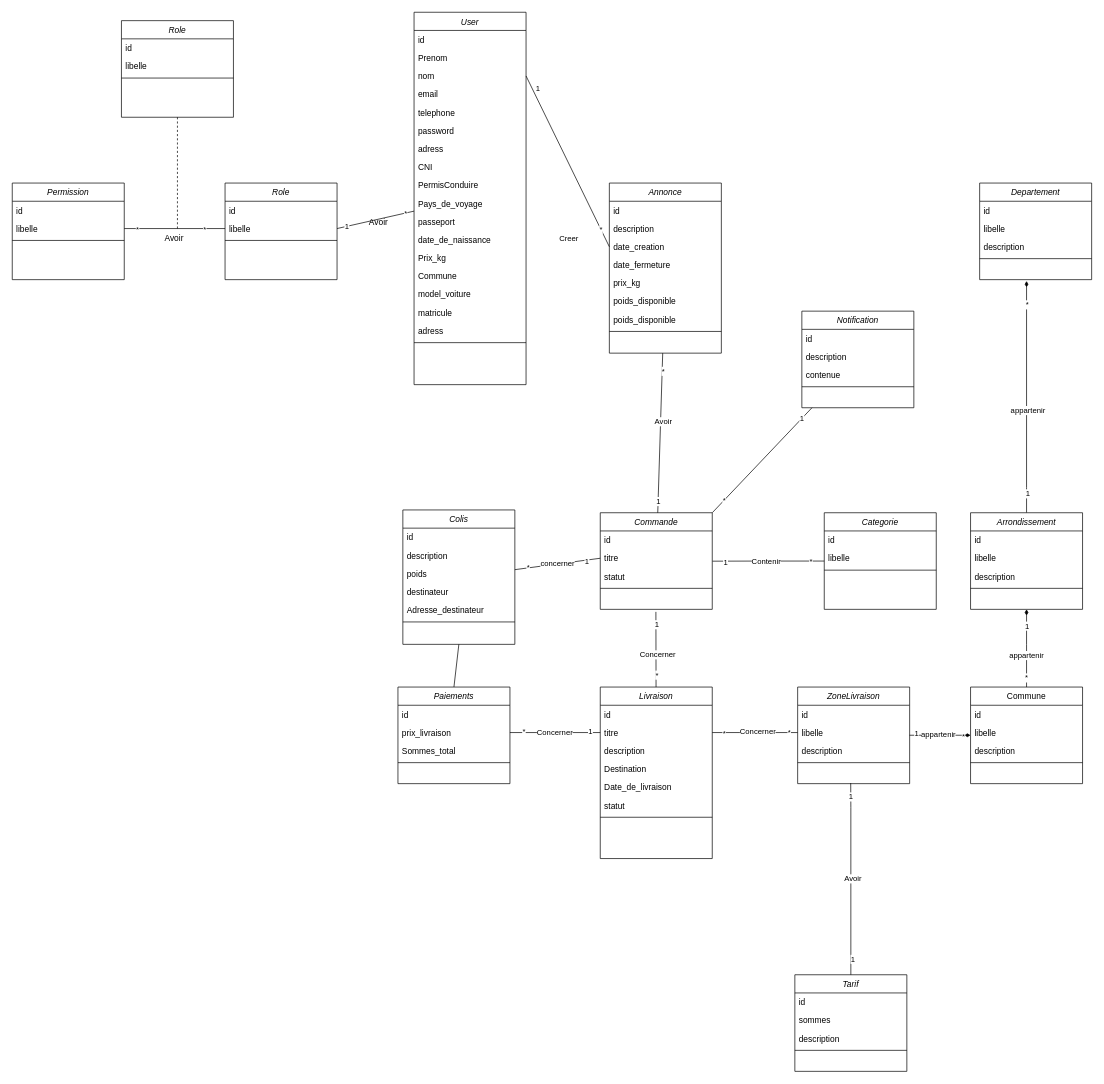
BounAbdallah/tuto keeps this draw.io diagram as page "DiagrammeDeClasses" (1 of 6) of Diagramme sans nom.drawio. Above is the earlier version. Source tidied: cells renumbered, new cells numbered last; positions are measured from the earlier drawing's top-left corner, leaving out a move shared by most shapes. Both pictures are drawn from the tidied source at 70%, with x=0, y=0 at pixel (12, 12).
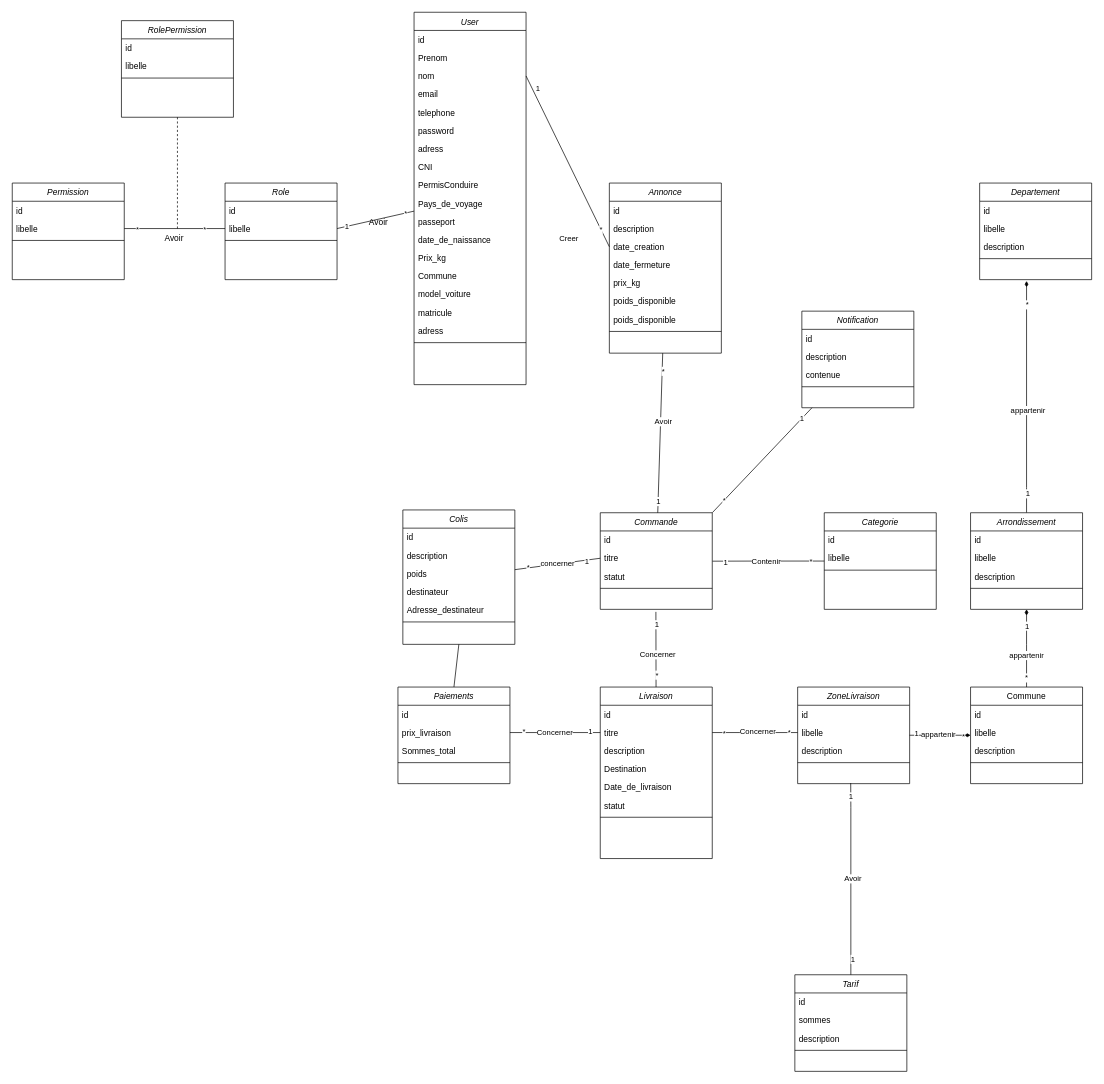
Above is the later version.

Commit message:
Mettre à jour Diagramme sans nom.drawio

The edit, as a diff of the source:
```diff
@@
-    <mxCell id="110" value="Role" style="swimlane;fontStyle=2;align=center;verticalAlign=top;horizontal=1;startSize=26;rounded=0;shadow=0;strokeWidth=1;" parent="1" vertex="1">
+    <mxCell id="110" value="RolePermission" style="swimlane;fontStyle=2;align=center;verticalAlign=top;horizontal=1;startSize=26;rounded=0;shadow=0;strokeWidth=1;" parent="1" vertex="1">
       <mxGeometry x="156" y="12" width="160" height="138" as="geometry" />
     </mxCell>
```
